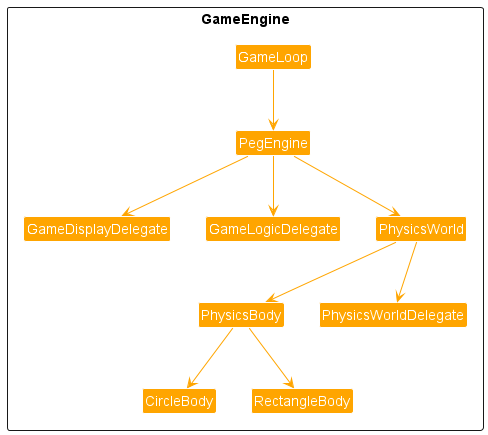
This is Diagram/GameEngine-0.png from wweqg/Peggle, a PlantUML export, as it was before one commit.
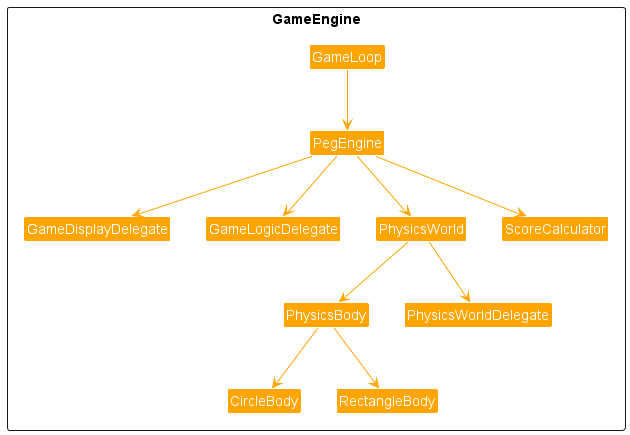
Later version of the same file.

Diff of the diagram source:
```diff
@@ -14,12 +14,14 @@
     Class PhysicsBody #Orange
     Class RectangleBody #Orange
     Class PhysicsWorldDelegate #Orange
+    Class ScoreCalculator #Orange
 }
 
     GameLoop -[#orange]-> PegEngine
     PegEngine -[#orange]-> GameDisplayDelegate
     PegEngine -[#orange]-> GameLogicDelegate
     PegEngine -[#orange]-> PhysicsWorld
+    PegEngine -[#orange]-> ScoreCalculator
     PhysicsWorld -[#orange]-> PhysicsWorldDelegate
     PhysicsWorld -[#orange]-> PhysicsBody
     PhysicsBody -[#orange]-> CircleBody
```
